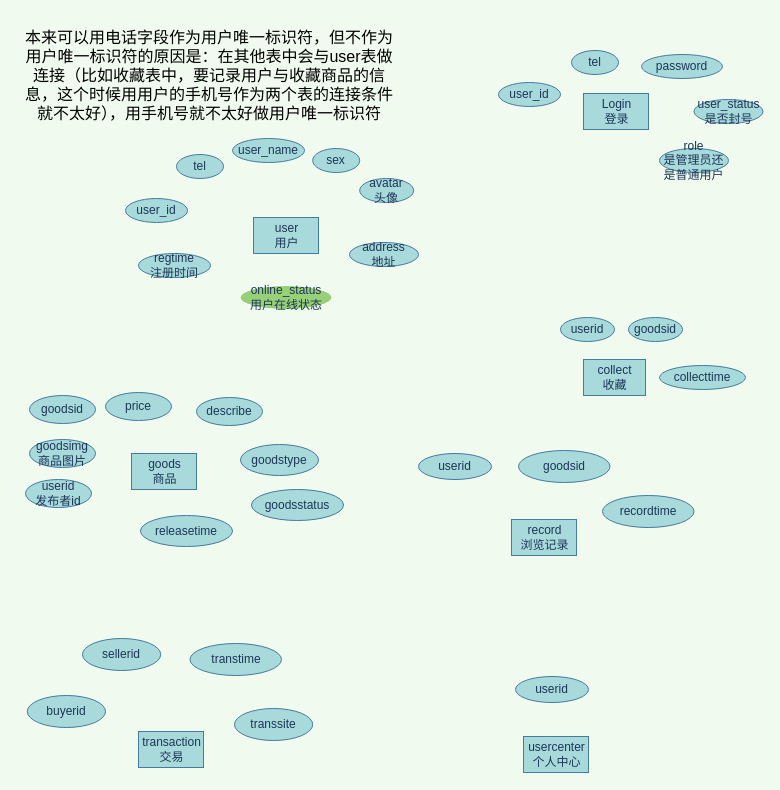
Above: 跳蚤市场数据库ER图.drawio in 200928/image (draw.io), before the change. Source tidied: cells renumbered, new cells numbered last; positions are measured from the earlier drawing's top-left corner, leaving out a move shared by most shapes. Both pictures are drawn from the tidied source at 100%, with x=0, y=0 at pixel (17, 17).
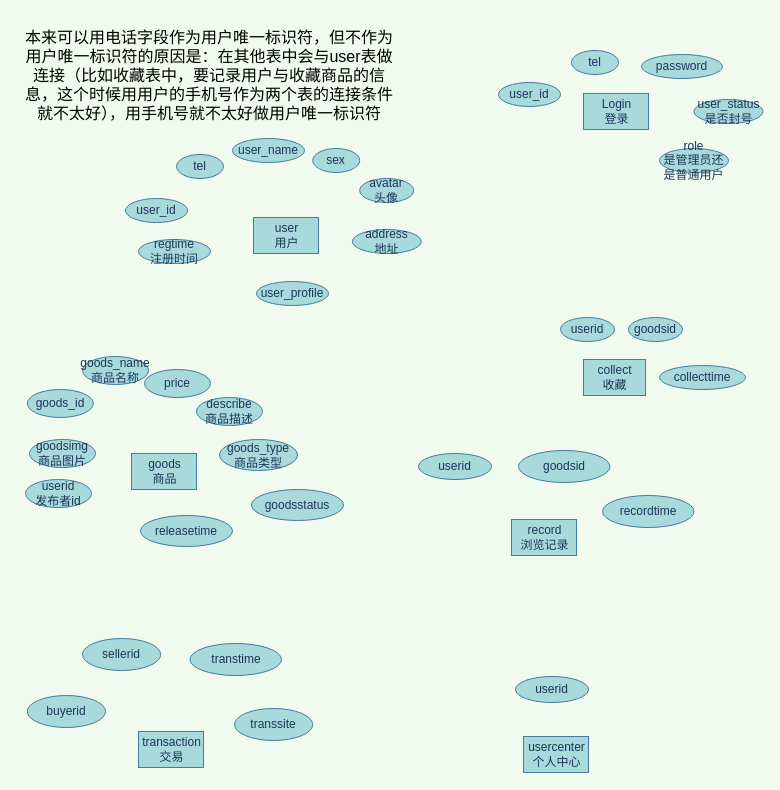
Above is the later version.

Commit message:
更新跳蚤市场数据库ER图.drawio

Change to the diagram source:
```diff
@@
     <mxCell id="7" value="address&lt;br&gt;地址" style="ellipse;whiteSpace=wrap;html=1;rounded=0;sketch=0;fontColor=#1D3557;strokeColor=#457B9D;fillColor=#A8DADC;" parent="1" vertex="1">
-      <mxGeometry x="332" y="225" width="69" height="24" as="geometry" />
+      <mxGeometry x="334.8" y="212" width="69" height="24" as="geometry" />
     </mxCell>
@@
     <mxCell id="10" value="regtime&lt;br&gt;注册时间" style="ellipse;whiteSpace=wrap;html=1;rounded=0;sketch=0;fontColor=#1D3557;strokeColor=#457B9D;fillColor=#A8DADC;" parent="1" vertex="1">
-      <mxGeometry x="121" y="236" width="72" height="24" as="geometry" />
+      <mxGeometry x="121" y="222" width="72" height="24" as="geometry" />
     </mxCell>
-    <mxCell id="11" value="online_status&lt;br&gt;用户在线状态" style="ellipse;whiteSpace=wrap;html=1;rounded=0;sketch=0;fontColor=#1D3557;strokeColor=#FFFFFF;fillColor=#97D077;" parent="1" vertex="1">
-      <mxGeometry x="222.5" y="268" width="92" height="24" as="geometry" />
-    </mxCell>
@@
-    <mxCell id="18" value="goodsid" style="ellipse;whiteSpace=wrap;html=1;rounded=0;sketch=0;fontColor=#1D3557;strokeColor=#457B9D;fillColor=#A8DADC;" parent="1" vertex="1">
-      <mxGeometry x="12" y="378" width="66" height="28" as="geometry" />
+    <mxCell id="18" value="goods_id" style="ellipse;whiteSpace=wrap;html=1;rounded=0;sketch=0;fontColor=#1D3557;strokeColor=#457B9D;fillColor=#A8DADC;" parent="1" vertex="1">
+      <mxGeometry x="9.8" y="372" width="66" height="28" as="geometry" />
     </mxCell>
     <mxCell id="19" value="price" style="ellipse;whiteSpace=wrap;html=1;rounded=0;sketch=0;fontColor=#1D3557;strokeColor=#457B9D;fillColor=#A8DADC;" parent="1" vertex="1">
-      <mxGeometry x="88" y="375" width="66" height="28" as="geometry" />
+      <mxGeometry x="127" y="352" width="66" height="28" as="geometry" />
     </mxCell>
-    <mxCell id="20" value="describe" style="ellipse;whiteSpace=wrap;html=1;rounded=0;sketch=0;fontColor=#1D3557;strokeColor=#457B9D;fillColor=#A8DADC;" parent="1" vertex="1">
+    <mxCell id="20" value="describe&lt;br&gt;商品描述" style="ellipse;whiteSpace=wrap;html=1;rounded=0;sketch=0;fontColor=#1D3557;strokeColor=#457B9D;fillColor=#A8DADC;" parent="1" vertex="1">
       <mxGeometry x="179" y="380" width="66" height="28" as="geometry" />
     </mxCell>
-    <mxCell id="21" value="goodstype" style="ellipse;whiteSpace=wrap;html=1;rounded=0;sketch=0;fontColor=#1D3557;strokeColor=#457B9D;fillColor=#A8DADC;" parent="1" vertex="1">
-      <mxGeometry x="223" y="427" width="78" height="31" as="geometry" />
+    <mxCell id="21" value="goods_type&lt;br&gt;商品类型" style="ellipse;whiteSpace=wrap;html=1;rounded=0;sketch=0;fontColor=#1D3557;strokeColor=#457B9D;fillColor=#A8DADC;" parent="1" vertex="1">
+      <mxGeometry x="202" y="422" width="78" height="31" as="geometry" />
     </mxCell>
@@
+    <mxCell id="42" value="user_profile" style="ellipse;whiteSpace=wrap;html=1;rounded=0;sketch=0;fontColor=#1D3557;strokeColor=#457B9D;fillColor=#A8DADC;" parent="1" vertex="1">
+      <mxGeometry x="239" y="264" width="72" height="24" as="geometry" />
+    </mxCell>
+    <mxCell id="43" value="goods_name&lt;br&gt;商品名称" style="ellipse;whiteSpace=wrap;html=1;rounded=0;sketch=0;fontColor=#1D3557;strokeColor=#457B9D;fillColor=#A8DADC;" parent="1" vertex="1">
+      <mxGeometry x="65" y="339" width="66" height="28" as="geometry" />
+    </mxCell>
```
